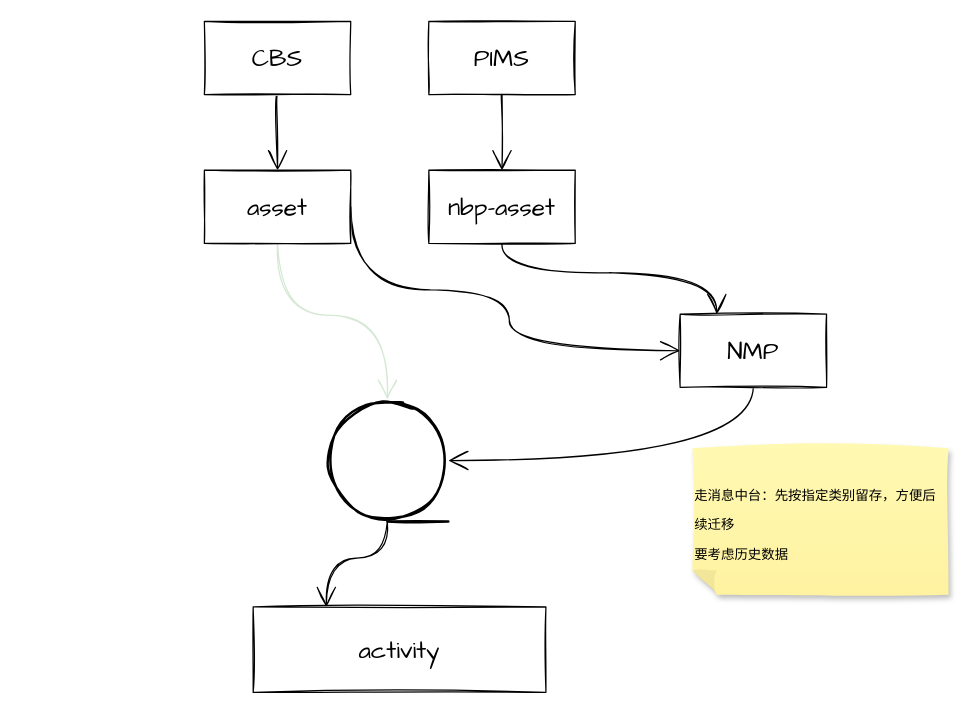
david3424/rain keeps this draw.io diagram as 未命名绘图.drawio. Above is the earlier version. Source tidied: cells renumbered, new cells numbered last; positions are measured from the earlier drawing's top-left corner, leaving out a move shared by most shapes. Both pictures are drawn from the tidied source at 122%, with x=0, y=0 at pixel (204, 21).
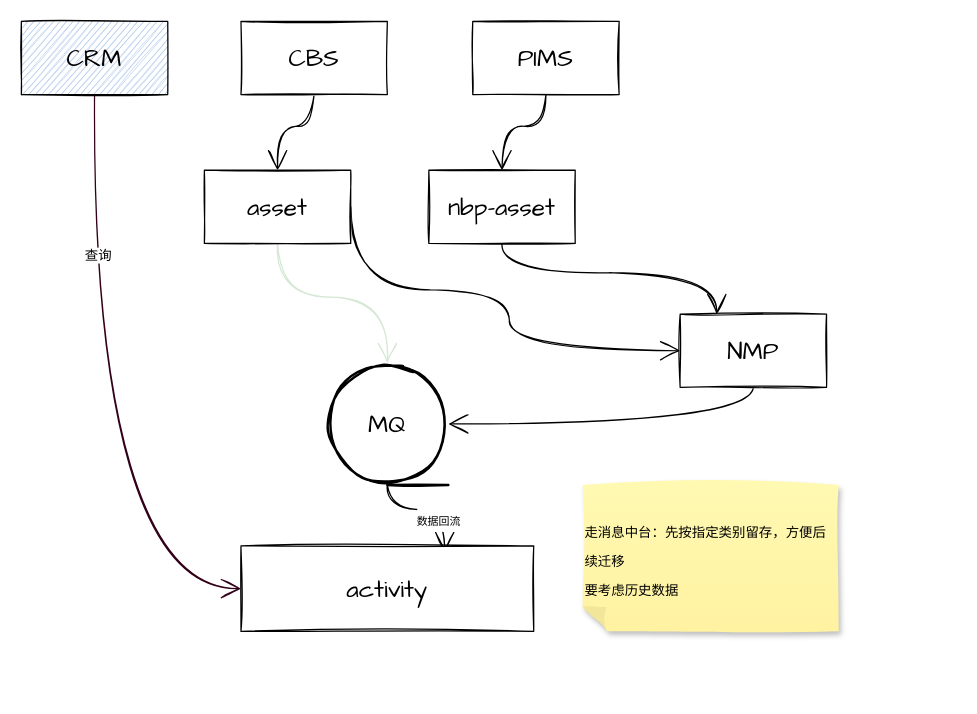
Above is the later version.

Diff of the diagram source:
```diff
@@
     <mxCell id="3" value="CBS" style="whiteSpace=wrap;html=1;sketch=1;hachureGap=4;fontFamily=Architects Daughter;fontSize=20;" parent="1" vertex="1">
-      <mxGeometry width="120" height="60" as="geometry" />
+      <mxGeometry x="30" width="120" height="60" as="geometry" />
     </mxCell>
@@
     <mxCell id="5" value="PIMS" style="whiteSpace=wrap;html=1;sketch=1;hachureGap=4;fontFamily=Architects Daughter;fontSize=20;" parent="1" vertex="1">
-      <mxGeometry x="184" width="120" height="60" as="geometry" />
+      <mxGeometry x="220" width="120" height="60" as="geometry" />
     </mxCell>
@@
-    <mxCell id="11" style="edgeStyle=orthogonalEdgeStyle;curved=1;rounded=0;sketch=1;hachureGap=4;jettySize=auto;html=1;exitX=0.5;exitY=1;exitDx=0;exitDy=0;exitPerimeter=0;fontFamily=Architects Daughter;fontSize=16;endArrow=open;startSize=14;endSize=14;sourcePerimeterSpacing=8;targetPerimeterSpacing=8;entryX=0.25;entryY=0;entryDx=0;entryDy=0;" parent="1" edge="1" source="12" target="13">
+    <mxCell id="11" style="edgeStyle=orthogonalEdgeStyle;curved=1;rounded=0;sketch=1;hachureGap=4;jettySize=auto;html=1;exitX=0.5;exitY=1;exitDx=0;exitDy=0;exitPerimeter=0;fontFamily=Architects Daughter;fontSize=16;endArrow=open;startSize=14;endSize=14;sourcePerimeterSpacing=8;targetPerimeterSpacing=8;entryX=0.696;entryY=0.071;entryDx=0;entryDy=0;entryPerimeter=0;" parent="1" edge="1" source="12" target="13">
       <mxGeometry relative="1" as="geometry" />
     </mxCell>
+    <mxCell id="17" value="&lt;font style=&quot;font-size: 9px;&quot;&gt;数据回流&lt;/font&gt;" style="edgeLabel;html=1;align=center;verticalAlign=middle;fontSize=20;fontFamily=Architects Daughter;" parent="11" vertex="1">
+      <mxGeometry x="0.41" y="-6" relative="1" as="geometry" />
+    </mxCell>
-    <mxCell id="12" style="strokeWidth=2;html=1;shape=mxgraph.flowchart.sequential_data;whiteSpace=wrap;sketch=1;hachureGap=4;fontFamily=Architects Daughter;fontSize=20;" parent="1" vertex="1">
-      <mxGeometry x="100" y="310" width="100" height="100" as="geometry" />
+    <mxCell id="12" value="MQ" style="strokeWidth=2;html=1;shape=mxgraph.flowchart.sequential_data;whiteSpace=wrap;sketch=1;hachureGap=4;fontFamily=Architects Daughter;fontSize=20;" parent="1" vertex="1">
+      <mxGeometry x="100" y="280" width="100" height="100" as="geometry" />
     </mxCell>
     <mxCell id="13" value="activity" style="whiteSpace=wrap;html=1;sketch=1;hachureGap=4;fontFamily=Architects Daughter;fontSize=20;" parent="1" vertex="1">
-      <mxGeometry x="40" y="480" width="240" height="70" as="geometry" />
+      <mxGeometry x="30" y="430" width="240" height="70" as="geometry" />
     </mxCell>
@@
     <mxCell id="16" value="&lt;font style=&quot;font-size: 11px;&quot;&gt;走消息中台：先按指定类别留存，方便后续迁移&lt;br&gt;要考虑历史数据&lt;/font&gt;" style="shape=note;whiteSpace=wrap;html=1;backgroundOutline=1;fontColor=#000000;darkOpacity=0.05;fillColor=#FFF9B2;strokeColor=none;fillStyle=solid;direction=west;gradientDirection=north;gradientColor=#FFF2A1;shadow=1;size=20;sketch=1;hachureGap=4;fontFamily=Architects Daughter;fontSize=20;align=left;" parent="1" vertex="1">
-      <mxGeometry x="400" y="350" width="210" height="120" as="geometry" />
+      <mxGeometry x="310" y="380" width="210" height="120" as="geometry" />
     </mxCell>
+    <mxCell id="18" style="edgeStyle=orthogonalEdgeStyle;curved=1;rounded=0;sketch=1;hachureGap=4;jettySize=auto;html=1;exitX=0.5;exitY=1;exitDx=0;exitDy=0;entryX=0;entryY=0.5;entryDx=0;entryDy=0;fontFamily=Architects Daughter;fontSize=11;endArrow=open;startSize=14;endSize=14;sourcePerimeterSpacing=8;targetPerimeterSpacing=8;strokeColor=#33001A;" parent="1" edge="1" source="20" target="13">
+      <mxGeometry relative="1" as="geometry" />
+    </mxCell>
+    <mxCell id="19" value="查询" style="edgeLabel;html=1;align=center;verticalAlign=middle;fontSize=11;fontFamily=Architects Daughter;" parent="18" vertex="1">
+      <mxGeometry x="-0.5" y="2" relative="1" as="geometry" />
+    </mxCell>
+    <mxCell id="20" value="&lt;font style=&quot;font-size: 20px;&quot;&gt;CRM&lt;/font&gt;" style="whiteSpace=wrap;html=1;sketch=1;hachureGap=4;fontFamily=Architects Daughter;fontSize=11;fillColor=#A9C4EB;" parent="1" vertex="1">
+      <mxGeometry x="-150" width="120" height="60" as="geometry" />
+    </mxCell>
```
